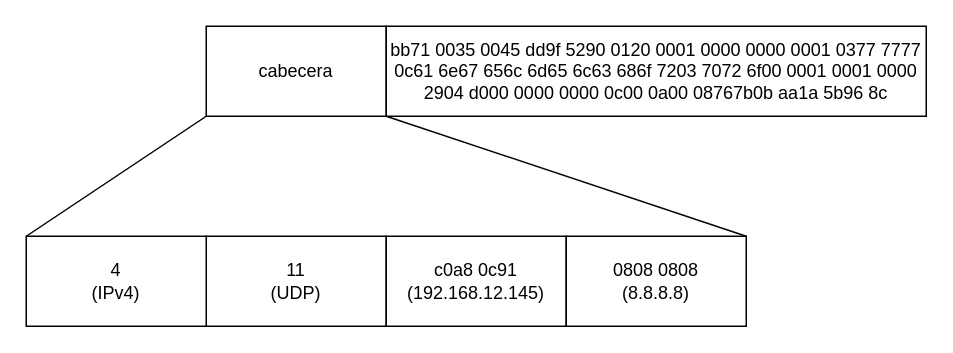
The draw.io diagram DAW/DPL/T01/Assets/Diagrams/Datagrama_IPv4_UDP.drawio in FJrodafo/University, before the edit. Source tidied: cells renumbered, new cells numbered last; positions are measured from the earlier drawing's top-left corner, leaving out a move shared by most shapes. Both pictures are drawn from the tidied source at 150%, with x=0, y=0 at pixel (26, 26).
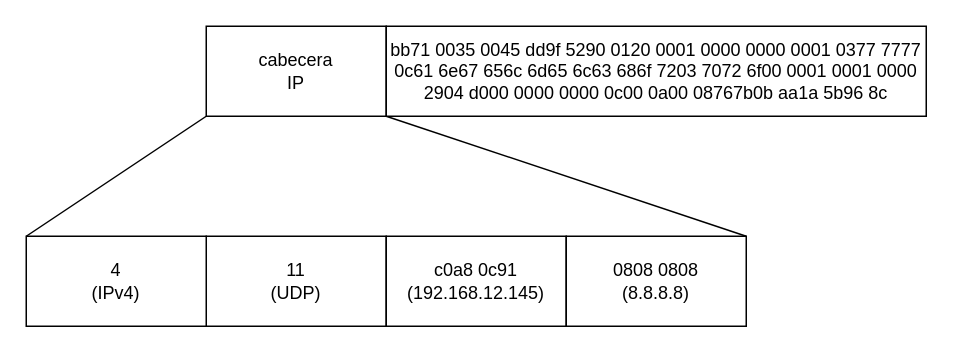
After the change.

Commit message (it also covers changes not shown here):
Fix Datagrama IP from DAW/DPL/T01

Diff of the diagram source:
```diff
@@
 <mxGraphModel>
   <root>
     <mxCell id="0" />
     <mxCell id="1" parent="0" />
     <mxCell id="2" style="group;" parent="1" vertex="1">
       <mxGeometry width="600" height="200" as="geometry" />
     </mxCell>
     <mxCell id="3" style="edgeStyle=none;curved=1;rounded=0;jettySize=auto;html=1;exitX=1;exitY=1;exitDx=0;exitDy=0;fontSize=12;startSize=8;endSize=8;entryX=1;entryY=0;entryDx=0;entryDy=0;endArrow=none;endFill=0;" parent="2" edge="1" source="5" target="10">
       <mxGeometry relative="1" as="geometry" />
     </mxCell>
     <mxCell id="4" style="edgeStyle=none;curved=1;rounded=0;jettySize=auto;html=1;exitX=0;exitY=1;exitDx=0;exitDy=0;entryX=0;entryY=0;entryDx=0;entryDy=0;fontSize=12;startSize=8;endSize=8;endArrow=none;endFill=0;" parent="2" edge="1" source="5" target="8">
       <mxGeometry relative="1" as="geometry" />
     </mxCell>
-    <mxCell id="5" value="cabecera" style="rounded=0;whiteSpace=wrap;html=1;" parent="2" vertex="1">
+    <mxCell id="5" value="&lt;div&gt;cabecera&lt;/div&gt;IP" style="rounded=0;whiteSpace=wrap;html=1;" parent="2" vertex="1">
       <mxGeometry x="120" width="120" height="60" as="geometry" />
     </mxCell>
     <mxCell id="6" value="&lt;div&gt;bb71 0035 0045 dd9f 5290 0120 0001 0000 0000 0001 0377 7777&lt;/div&gt;&lt;div&gt;0c61 6e67 656c 6d65 6c63 686f 7203 7072 6f00 0001 0001 0000&lt;/div&gt;&lt;div&gt;2904 d000 0000 0000 0c00 0a00 08767b0b aa1a 5b96 8c&lt;/div&gt;" style="rounded=0;whiteSpace=wrap;html=1;fontColor=light-dark(#000000,#FFFF00);" parent="2" vertex="1">
       <mxGeometry x="240" width="360" height="60" as="geometry" />
     </mxCell>
     <mxCell id="7" value="11&lt;div&gt;(UDP)&lt;/div&gt;" style="rounded=0;whiteSpace=wrap;html=1;fontColor=light-dark(#000000,#FF0000);" parent="2" vertex="1">
       <mxGeometry x="120" y="140" width="120" height="60" as="geometry" />
     </mxCell>
     <mxCell id="8" value="&lt;div&gt;4&lt;/div&gt;&lt;div&gt;(IPv4)&lt;/div&gt;" style="rounded=0;whiteSpace=wrap;html=1;fontColor=light-dark(#000000,#00FF00);" parent="2" vertex="1">
       <mxGeometry y="140" width="120" height="60" as="geometry" />
     </mxCell>
     <mxCell id="9" value="&lt;div&gt;c0a8 0c91&lt;/div&gt;&lt;div&gt;(192.168.12.145)&lt;/div&gt;" style="rounded=0;whiteSpace=wrap;html=1;fontColor=light-dark(#000000,#00FFFF);" parent="2" vertex="1">
       <mxGeometry x="240" y="140" width="120" height="60" as="geometry" />
     </mxCell>
     <mxCell id="10" value="0808 0808&lt;div&gt;(8.8.8.8)&lt;/div&gt;" style="rounded=0;whiteSpace=wrap;html=1;fontColor=light-dark(#000000,#FF00FF);" parent="2" vertex="1">
       <mxGeometry x="360" y="140" width="120" height="60" as="geometry" />
     </mxCell>
   </root>
 </mxGraphModel>
```
